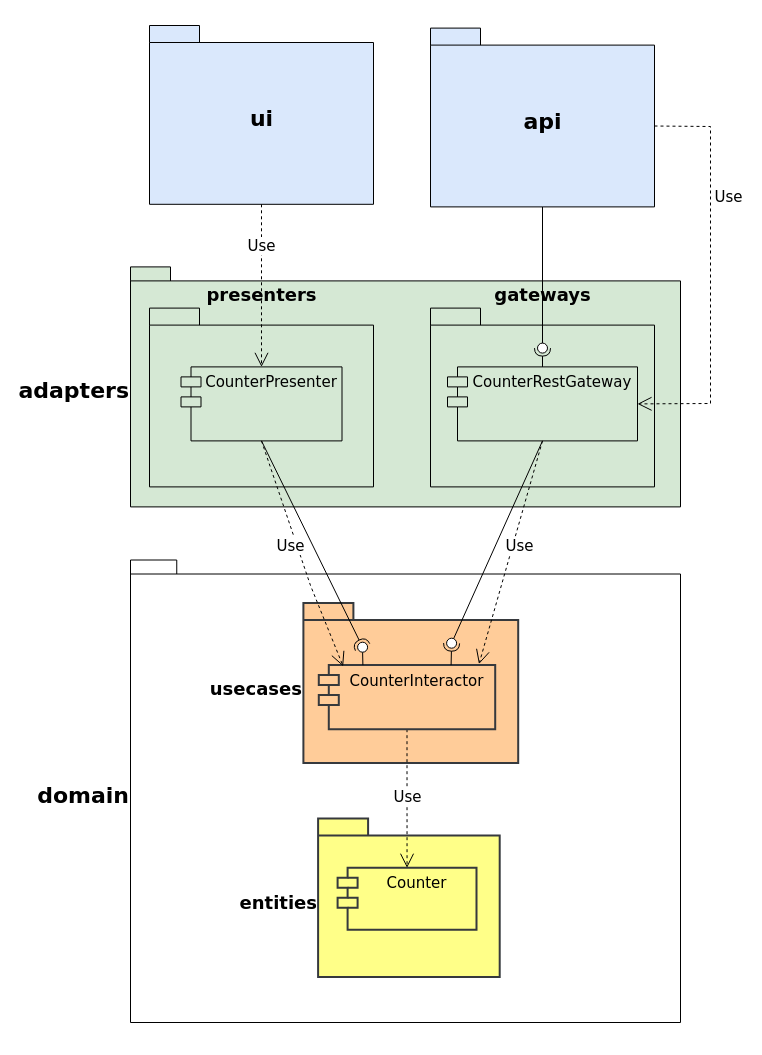
Above: app/diagrams/packages-details.uml.drawio in softspiders/clean-architecture-counter-starters (draw.io), before the change. Source tidied: cells renumbered, new cells numbered last; positions are measured from the earlier drawing's top-left corner, leaving out a move shared by most shapes. Both pictures are drawn from the tidied source at 100%, with x=0, y=0 at pixel (130, 25).
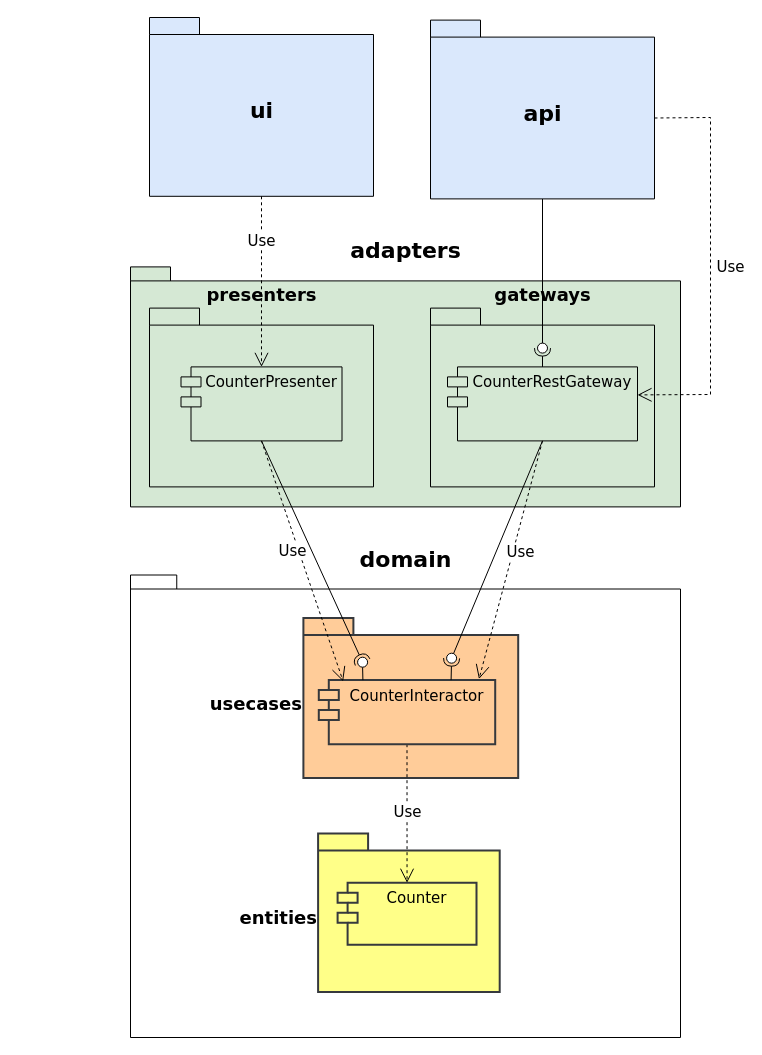
After the change.

Unchanged cells that the change refers to:
```xml
<mxCell id="18" value="CounterRestGateway" style="shape=module;align=left;spacingLeft=20;align=center;verticalAlign=top;fontFamily=Verdana;fontSize=15;fillColor=#d5e8d4;strokeColor=#000000;" parent="16" vertex="1">
  <mxGeometry x="17" y="58.8" width="190" height="74" as="geometry" />
</mxCell>
```

The edit, as a diff of the source:
```diff
@@
     <mxCell id="2" style="group;strokeColor=none;" parent="1" vertex="1">
-      <mxGeometry y="534.5" width="550" height="462.5" as="geometry" />
+      <mxGeometry y="549.5" width="550" height="462.5" as="geometry" />
     </mxCell>
-    <mxCell id="3" value="&lt;font style=&quot;font-size: 22px&quot;&gt;domain&lt;/font&gt;" style="shape=folder;fontStyle=1;spacingTop=10;tabWidth=40;tabHeight=14;tabPosition=left;html=1;fontSize=15;labelPosition=left;verticalLabelPosition=middle;align=right;verticalAlign=middle;fontFamily=Verdana;" parent="2" vertex="1">
+    <mxCell id="3" value="&lt;font style=&quot;font-size: 22px&quot;&gt;domain&lt;/font&gt;" style="shape=folder;fontStyle=1;spacingTop=10;tabWidth=40;tabHeight=14;tabPosition=left;html=1;fontSize=15;labelPosition=center;verticalLabelPosition=top;align=center;verticalAlign=bottom;fontFamily=Verdana;" parent="2" vertex="1">
       <mxGeometry width="550" height="462.5" as="geometry" />
     </mxCell>
@@
-    <mxCell id="14" value="&lt;font style=&quot;font-size: 22px&quot;&gt;adapters&lt;/font&gt;" style="shape=folder;fontStyle=1;spacingTop=10;tabWidth=40;tabHeight=14;tabPosition=left;html=1;fontSize=15;labelPosition=left;verticalLabelPosition=middle;align=right;verticalAlign=middle;fontFamily=Verdana;fillColor=#d5e8d4;strokeColor=#000000;" parent="1" vertex="1">
+    <mxCell id="14" value="&lt;font style=&quot;font-size: 22px&quot;&gt;adapters&lt;/font&gt;" style="shape=folder;fontStyle=1;spacingTop=10;tabWidth=40;tabHeight=14;tabPosition=left;html=1;fontSize=15;labelPosition=center;verticalLabelPosition=top;align=center;verticalAlign=bottom;fontFamily=Verdana;fillColor=#d5e8d4;strokeColor=#000000;" parent="1" vertex="1">
       <mxGeometry y="241.4" width="550" height="240" as="geometry" />
     </mxCell>
@@
     <mxCell id="22" value="&lt;font style=&quot;font-size: 22px&quot;&gt;ui&lt;/font&gt;" style="shape=folder;fontStyle=1;spacingTop=10;tabWidth=50;tabHeight=17;tabPosition=left;html=1;rounded=0;shadow=0;comic=0;labelBackgroundColor=none;strokeWidth=1;fontFamily=Verdana;fontSize=18;align=center;labelPosition=center;verticalLabelPosition=middle;verticalAlign=middle;fillColor=#dae8fc;strokeColor=#000000;" parent="1" vertex="1">
-      <mxGeometry x="19" width="224" height="178.8" as="geometry" />
+      <mxGeometry x="19" y="-8" width="224" height="178.8" as="geometry" />
     </mxCell>
@@
-    <mxCell id="27" value="Use" style="endArrow=open;endSize=12;dashed=1;html=1;fontFamily=Verdana;fontSize=15;exitX=0;exitY=0;exitDx=223.99999999999997;exitDy=97.91;exitPerimeter=0;entryX=1;entryY=0.5;entryDx=0;entryDy=0;rounded=0;" parent="1" edge="1" source="28" target="18">
-      <mxGeometry x="-0.38" y="18" relative="1" as="geometry">
+    <mxCell id="27" value="Use" style="endArrow=open;endSize=12;dashed=1;html=1;fontFamily=Verdana;fontSize=15;exitX=0;exitY=0;exitDx=224;exitDy=97.91;exitPerimeter=0;entryX=1;entryY=0.5;entryDx=0;entryDy=0;rounded=0;" parent="1" edge="1" source="28">
+      <mxGeometry x="0.01" y="20" relative="1" as="geometry">
+        <mxPoint x="507" y="369.4" as="targetPoint" />
         <Array as="points">
-          <mxPoint x="580" y="101" />
-          <mxPoint x="580" y="378" />
+          <mxPoint x="580" y="92" />
+          <mxPoint x="580" y="369" />
         </Array>
       </mxGeometry>
     </mxCell>
     <mxCell id="28" value="&lt;font style=&quot;font-size: 22px&quot;&gt;api&lt;/font&gt;" style="shape=folder;fontStyle=1;spacingTop=10;tabWidth=50;tabHeight=17;tabPosition=left;html=1;rounded=0;shadow=0;comic=0;labelBackgroundColor=none;strokeWidth=1;fontFamily=Verdana;fontSize=18;align=center;labelPosition=center;verticalLabelPosition=middle;verticalAlign=middle;fillColor=#dae8fc;strokeColor=#000000;" parent="1" vertex="1">
-      <mxGeometry x="300" y="2.6" width="224" height="178.8" as="geometry" />
+      <mxGeometry x="300" y="-5.4" width="224" height="178.8" as="geometry" />
     </mxCell>
```
